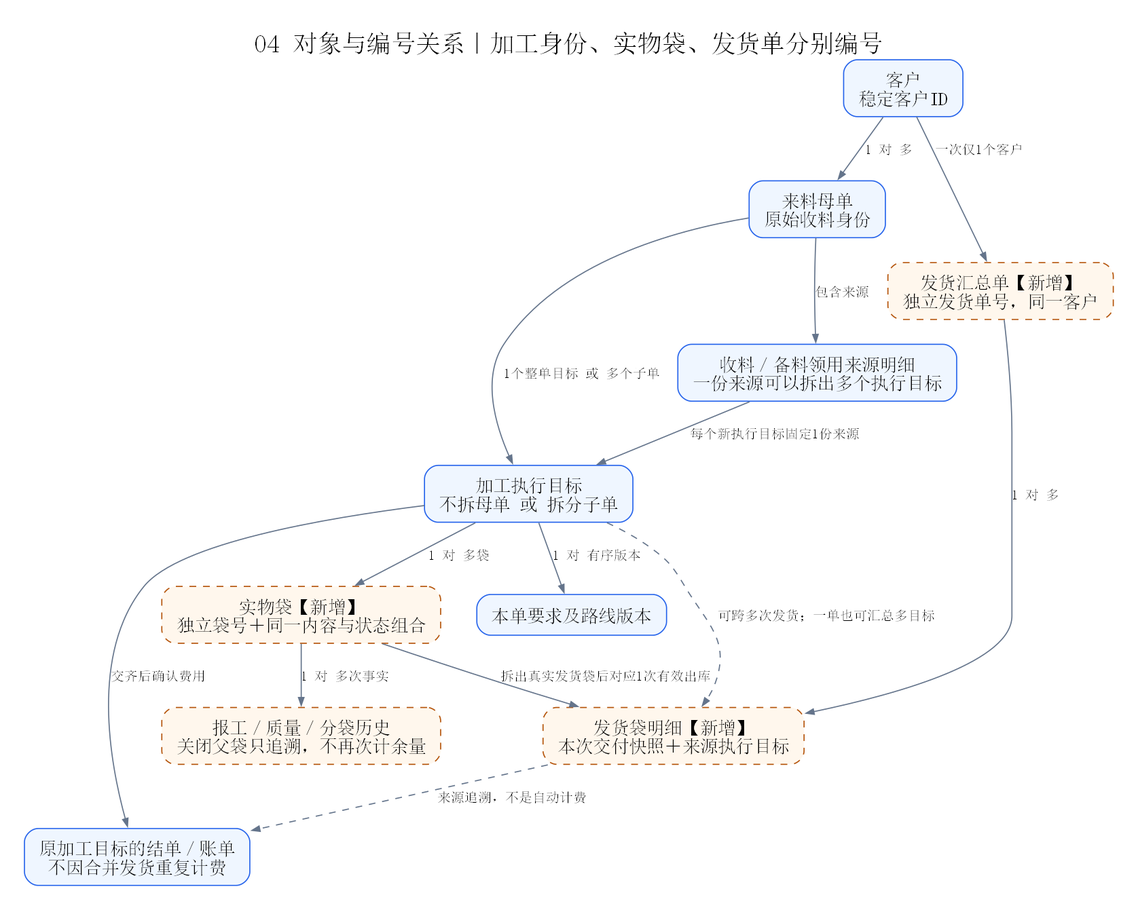
sxliuchen-hash/zhubao-ERP keeps this Graphviz diagram as docs/diagrams/system-review/04-object-relationships.png. Above is the earlier version. Its source is kept beside it as docs/diagrams/system-review/04-object-relationships.dot.
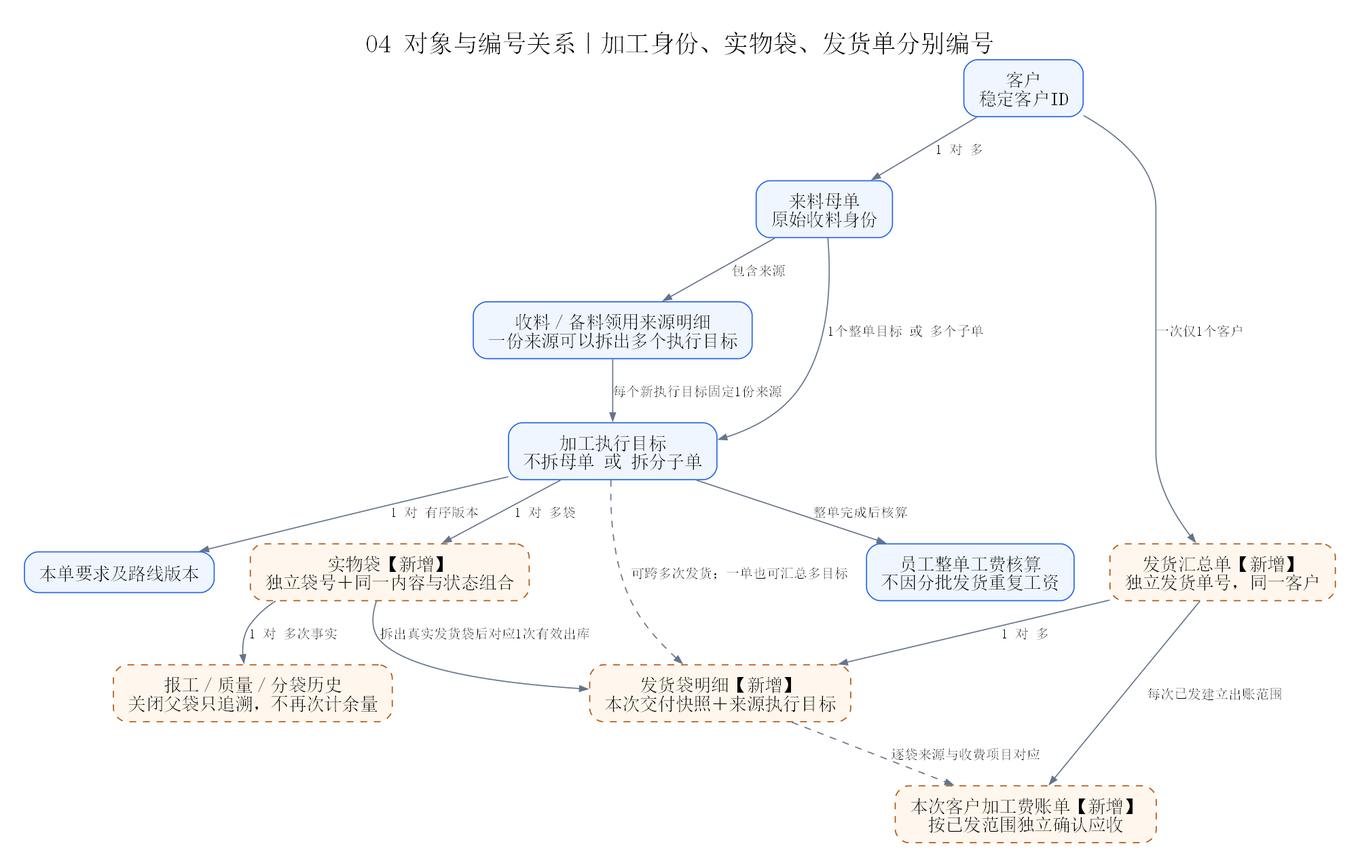
Above is the later version.

Change to the diagram source:
```diff
@@ -11,7 +11,8 @@
   event [label="报工／质量／分袋历史\n关闭父袋只追溯，不再次计余量",color="#b45309",fillcolor="#fff7ed",style="rounded,filled,dashed"];
   shipline [label="发货袋明细【新增】\n本次交付快照＋来源执行目标",color="#b45309",fillcolor="#fff7ed",style="rounded,filled,dashed"];
   ship [label="发货汇总单【新增】\n独立发货单号，同一客户",color="#b45309",fillcolor="#fff7ed",style="rounded,filled,dashed"];
-  fee [label="原加工目标的结单／账单\n不因合并发货重复计费"];
+  fee [label="员工整单工费核算\n不因分批发货重复工资"];
+  customerbill [label="本次客户加工费账单【新增】\n按已发范围独立确认应收",color="#b45309",fillcolor="#fff7ed",style="rounded,filled,dashed"];
   customer -> mother [label="1 对 多"];
   mother -> source [label="包含来源"];
   mother -> target [label="1个整单目标 或 多个子单"];
@@ -23,6 +24,7 @@
   ship -> shipline [label="1 对 多"];
   customer -> ship [label="一次仅1个客户"];
   target -> shipline [style=dashed,label="可跨多次发货；一单也可汇总多目标"];
-  target -> fee [label="交齐后确认费用"];
-  shipline -> fee [style=dashed,label="来源追溯，不是自动计费"];
+  target -> fee [label="整单完成后核算"];
+  ship -> customerbill [label="每次已发建立出账范围"];
+  shipline -> customerbill [style=dashed,label="逐袋来源与收费项目对应"];
 }
```
